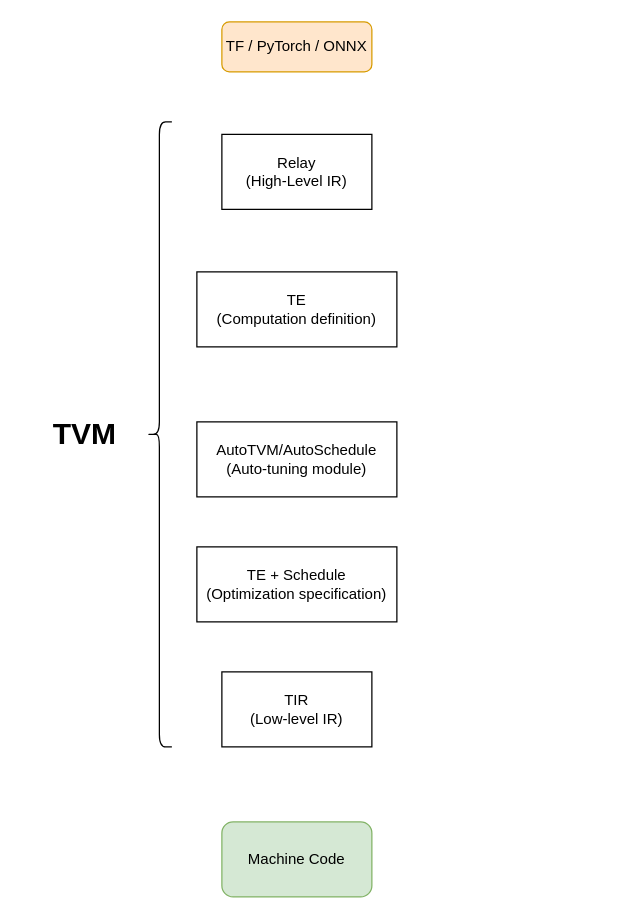
The draw.io diagram 5.tvm.drawio in workerzhw/draw.io, before the edit. Source tidied: cells renumbered, new cells numbered last; positions are measured from the earlier drawing's top-left corner, leaving out a move shared by most shapes. Both pictures are drawn from the tidied source at 125%, with x=0, y=0 at pixel (21, 21).
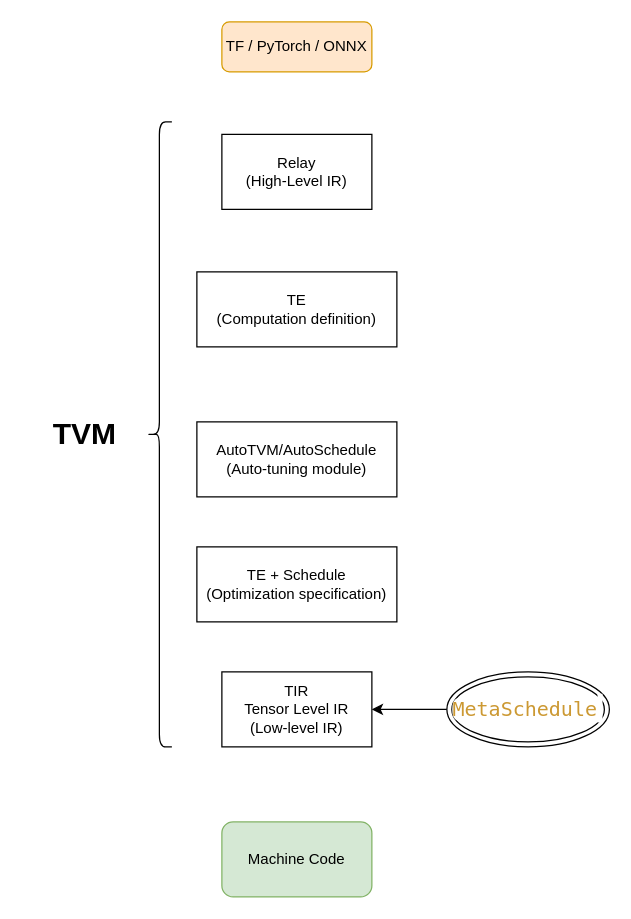
After the change.

The edit, as a diff of the source:
```diff
@@
 <mxGraphModel>
   <root>
     <mxCell id="0" />
     <mxCell id="1" parent="0" />
     <mxCell id="2" value="TF / PyTorch / ONNX" style="rounded=1;whiteSpace=wrap;html=1;fillColor=#ffe6cc;strokeColor=#d79b00;" parent="1" vertex="1">
       <mxGeometry x="160" width="120" height="40" as="geometry" />
     </mxCell>
     <mxCell id="3" value="Relay&lt;br&gt;(High-Level IR)" style="rounded=0;whiteSpace=wrap;html=1;" parent="1" vertex="1">
       <mxGeometry x="160" y="90" width="120" height="60" as="geometry" />
     </mxCell>
     <mxCell id="4" value="TE&lt;div&gt;(Computation definition)&lt;/div&gt;" style="rounded=0;whiteSpace=wrap;html=1;" parent="1" vertex="1">
       <mxGeometry x="140" y="200" width="160" height="60" as="geometry" />
     </mxCell>
     <mxCell id="5" value="AutoTVM/AutoSchedule&lt;br&gt;(Auto-tuning module)" style="rounded=0;whiteSpace=wrap;html=1;" parent="1" vertex="1">
       <mxGeometry x="140" y="320" width="160" height="60" as="geometry" />
     </mxCell>
     <mxCell id="6" value="TE + Schedule&lt;br&gt;(Optimization specification)" style="rounded=0;whiteSpace=wrap;html=1;" parent="1" vertex="1">
       <mxGeometry x="140" y="420" width="160" height="60" as="geometry" />
     </mxCell>
-    <mxCell id="7" value="TIR&lt;br&gt;(Low-level IR)" style="rounded=0;whiteSpace=wrap;html=1;" parent="1" vertex="1">
+    <mxCell id="7" value="TIR&lt;br&gt;Tensor Level IR&lt;br&gt;(Low-level IR)" style="rounded=0;whiteSpace=wrap;html=1;" parent="1" vertex="1">
       <mxGeometry x="160" y="520" width="120" height="60" as="geometry" />
     </mxCell>
     <mxCell id="8" value="Machine Code" style="rounded=1;whiteSpace=wrap;html=1;fillColor=#d5e8d4;strokeColor=#82b366;" parent="1" vertex="1">
       <mxGeometry x="160" y="640" width="120" height="60" as="geometry" />
     </mxCell>
     <mxCell id="9" style="shape=curlyBracket;whiteSpace=wrap;html=1;rounded=1;labelPosition=left;verticalLabelPosition=middle;align=right;verticalAlign=middle;" parent="1" vertex="1">
       <mxGeometry x="100" y="80" width="20" height="500" as="geometry" />
     </mxCell>
     <mxCell id="10" value="TVM" style="text;strokeColor=none;fillColor=none;html=1;fontSize=24;fontStyle=1;verticalAlign=middle;align=center;" parent="1" vertex="1">
       <mxGeometry y="310" width="100" height="40" as="geometry" />
     </mxCell>
+    <mxCell id="11" style="edgeStyle=none;html=1;" parent="1" edge="1" source="12" target="7">
+      <mxGeometry relative="1" as="geometry" />
+    </mxCell>
+    <mxCell id="12" value="&lt;code style=&quot;box-sizing: border-box; margin: 0px; padding: 0px; background-color: rgb(255, 255, 255); border-radius: 6.4px; font-family: Menlo, Consolas, &amp;quot;PingFang SC&amp;quot;, &amp;quot;Microsoft Yahei&amp;quot;, &amp;quot;WenQuanYi Micro Hei&amp;quot;, monospace; font-size: 16px; vertical-align: inherit; border: none; color: rgb(204, 153, 51); text-align: start;&quot;&gt;MetaSchedule&lt;/code&gt;&lt;span style=&quot;color: rgb(8, 9, 48); font-family: sofia-pro, &amp;quot;Helvetica Neue&amp;quot;, &amp;quot;PingFang SC&amp;quot;, &amp;quot;Microsoft Yahei&amp;quot;, &amp;quot;WenQuanYi Micro Hei&amp;quot;, sans-serif; font-size: 16px; text-align: start; background-color: rgb(255, 255, 255);&quot;&gt;&amp;nbsp;&lt;/span&gt;" style="ellipse;shape=doubleEllipse;whiteSpace=wrap;html=1;" parent="1" vertex="1">
+      <mxGeometry x="340" y="520" width="130" height="60" as="geometry" />
+    </mxCell>
   </root>
 </mxGraphModel>
```
